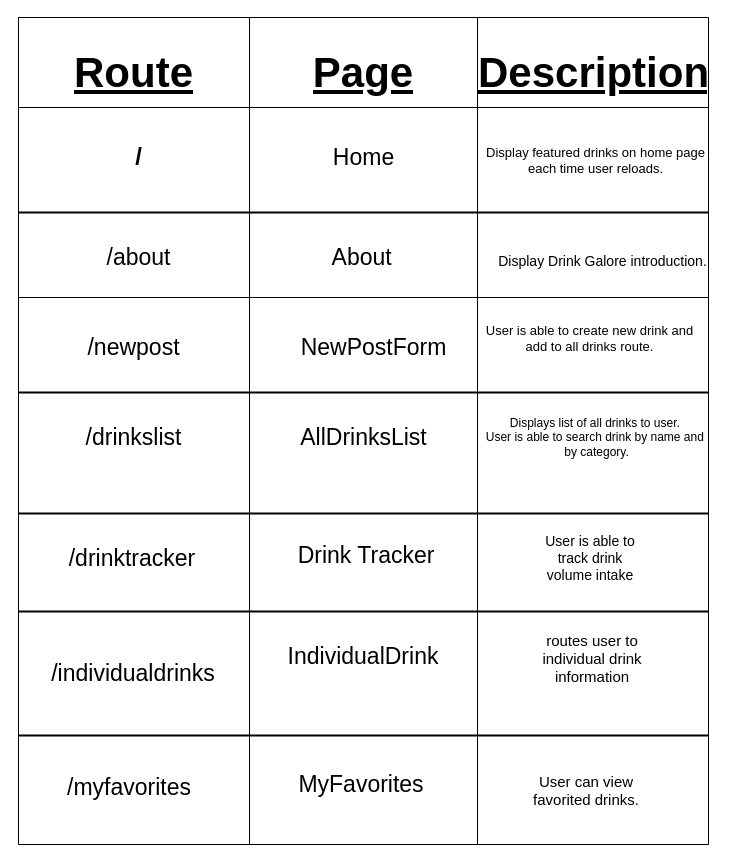
scmh001/react-hooks-phase-2-project keeps this draw.io diagram as planning/routes.drawio. Above is the earlier version. Source tidied: cells renumbered, new cells numbered last; positions are measured from the earlier drawing's top-left corner, leaving out a move shared by most shapes. Both pictures are drawn from the tidied source at 100%, with x=0, y=0 at pixel (18, 17).
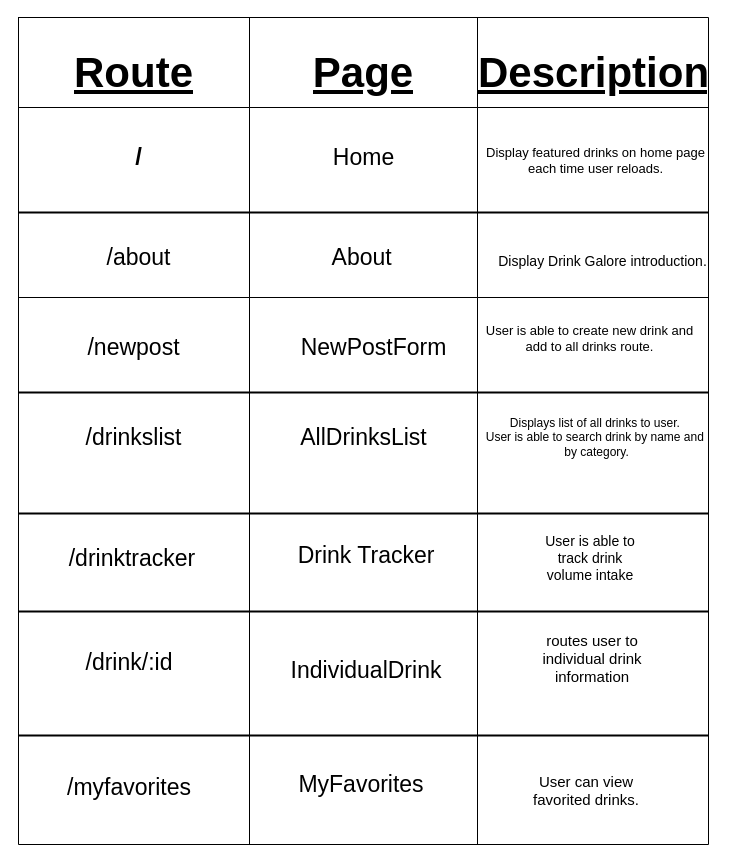
After the change.

The edit, as a diff of the source:
```diff
@@
-    <mxCell id="34" value="&lt;span style=&quot;font-size: 23px;&quot;&gt;/individualdrinks&lt;/span&gt;" style="text;html=1;strokeColor=none;fillColor=none;align=center;verticalAlign=middle;whiteSpace=wrap;rounded=0;" parent="1" vertex="1">
-      <mxGeometry x="44" y="627" width="142" height="58" as="geometry" />
+    <mxCell id="34" value="&lt;span style=&quot;font-size: 23px;&quot;&gt;/drink/:id&lt;/span&gt;" style="text;html=1;strokeColor=none;fillColor=none;align=center;verticalAlign=middle;whiteSpace=wrap;rounded=0;" parent="1" vertex="1">
+      <mxGeometry x="40" y="616" width="142" height="58" as="geometry" />
     </mxCell>
     <mxCell id="35" value="&lt;span style=&quot;font-size: 23px;&quot;&gt;IndividualDrink&lt;/span&gt;" style="text;html=1;strokeColor=none;fillColor=none;align=center;verticalAlign=middle;whiteSpace=wrap;rounded=0;" parent="1" vertex="1">
-      <mxGeometry x="289" y="610" width="112" height="58" as="geometry" />
+      <mxGeometry x="292" y="624" width="112" height="58" as="geometry" />
     </mxCell>
```
